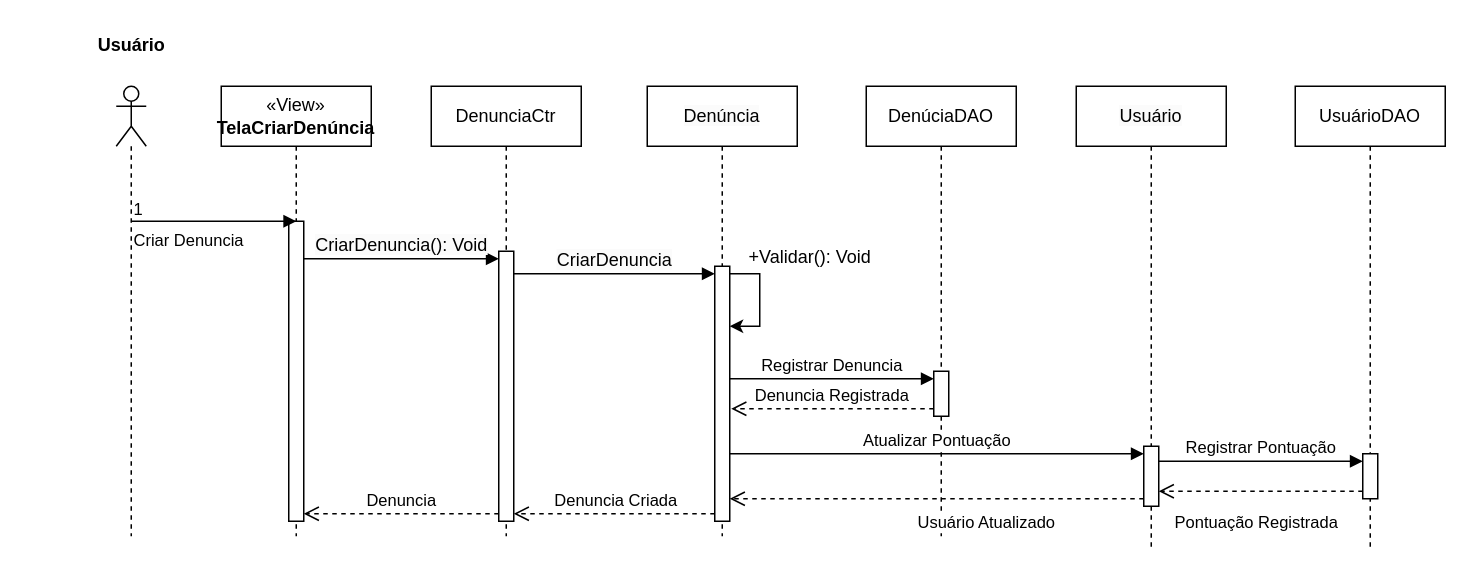
Earlier version of the draw.io diagram Documentação/Diagramas/Diagramas de Sequencia/Diagrama Sequencia Criar Denuncia.drawio (frsouzaa/Documentacao-TCC-NossaVia). Source tidied: cells renumbered, new cells numbered last; positions are measured from the earlier drawing's top-left corner, leaving out a move shared by most shapes. Both pictures are drawn from the tidied source at 150%, with x=0, y=0 at pixel (70, 26).
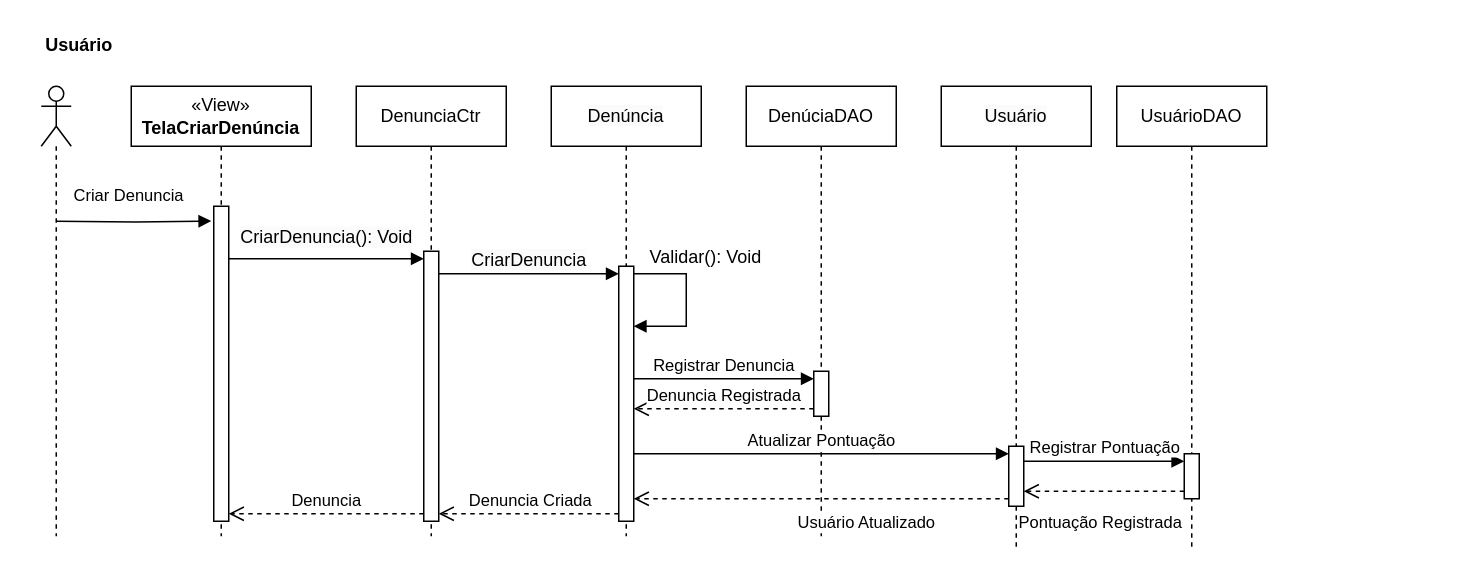
After the change.

Commit message:
Atualização formatação Criar Denuncia.drawio

Unchanged cells that the change refers to:
```xml
<mxCell id="9" style="html=1;points=[[0,0,0,0,5],[0,1,0,0,-5],[1,0,0,0,5],[1,1,0,0,-5]];perimeter=orthogonalPerimeter;outlineConnect=0;targetShapes=umlLifeline;portConstraint=eastwest;newEdgeStyle={&quot;curved&quot;:0,&quot;rounded&quot;:0};" parent="8" vertex="1">
  <mxGeometry x="45" y="190" width="10" height="30" as="geometry" />
</mxCell>
<mxCell id="11" style="html=1;points=[[0,0,0,0,5],[0,1,0,0,-5],[1,0,0,0,5],[1,1,0,0,-5]];perimeter=orthogonalPerimeter;outlineConnect=0;targetShapes=umlLifeline;portConstraint=eastwest;newEdgeStyle={&quot;curved&quot;:0,&quot;rounded&quot;:0};" parent="10" vertex="1">
  <mxGeometry x="45" y="110" width="10" height="180" as="geometry" />
</mxCell>
```

The edit, as a diff of the source:
```diff
@@
     <mxCell id="2" style="shape=umlLifeline;perimeter=lifelinePerimeter;whiteSpace=wrap;html=1;newEdgeStyle={&quot;curved&quot;:0,&quot;rounded&quot;:0};participant=umlActor;" parent="1" vertex="1">
-      <mxGeometry x="30" y="40" width="20" height="300" as="geometry" />
+      <mxGeometry x="-20" y="40" width="20" height="300" as="geometry" />
     </mxCell>
     <mxCell id="3" value="«View»&lt;br&gt;&lt;b&gt;TelaCriarDenúncia&lt;/b&gt;" style="shape=umlLifeline;perimeter=lifelinePerimeter;whiteSpace=wrap;html=1;newEdgeStyle={&quot;curved&quot;:0,&quot;rounded&quot;:0};" parent="1" vertex="1">
-      <mxGeometry x="100" y="40" width="100" height="300" as="geometry" />
+      <mxGeometry x="40" y="40" width="120" height="300" as="geometry" />
     </mxCell>
     <mxCell id="4" style="html=1;points=[[0,0,0,0,5],[0,1,0,0,-5],[1,0,0,0,5],[1,1,0,0,-5]];perimeter=orthogonalPerimeter;outlineConnect=0;targetShapes=umlLifeline;portConstraint=eastwest;newEdgeStyle={&quot;curved&quot;:0,&quot;rounded&quot;:0};" parent="3" vertex="1">
-      <mxGeometry x="45" y="90" width="10" height="200" as="geometry" />
+      <mxGeometry x="55" y="80" width="10" height="210" as="geometry" />
     </mxCell>
     <mxCell id="5" value="&lt;span style=&quot;color: rgb(0, 0, 0); font-family: Helvetica; font-size: 12px; font-style: normal; font-variant-ligatures: normal; font-variant-caps: normal; font-weight: 400; letter-spacing: normal; orphans: 2; text-align: center; text-indent: 0px; text-transform: none; widows: 2; word-spacing: 0px; -webkit-text-stroke-width: 0px; white-space: nowrap; background-color: rgb(251, 251, 251); text-decoration-thickness: initial; text-decoration-style: initial; text-decoration-color: initial; display: inline !important; float: none;&quot;&gt;Denúncia&lt;/span&gt;" style="shape=umlLifeline;perimeter=lifelinePerimeter;whiteSpace=wrap;html=1;newEdgeStyle={&quot;curved&quot;:0,&quot;rounded&quot;:0};" parent="1" vertex="1">
-      <mxGeometry x="384" y="40" width="100" height="300" as="geometry" />
+      <mxGeometry x="320" y="40" width="100" height="300" as="geometry" />
     </mxCell>
+    <mxCell id="7" style="html=1;points=[[0,0,0,0,5],[0,1,0,0,-5],[1,0,0,0,5],[1,1,0,0,-5]];perimeter=orthogonalPerimeter;outlineConnect=0;targetShapes=umlLifeline;portConstraint=eastwest;newEdgeStyle={&quot;curved&quot;:0,&quot;rounded&quot;:0};" parent="5" vertex="1">
+      <mxGeometry x="45" y="120" width="10" height="170" as="geometry" />
+    </mxCell>
-    <mxCell id="6" style="edgeStyle=orthogonalEdgeStyle;rounded=0;orthogonalLoop=1;jettySize=auto;html=1;curved=0;exitX=1;exitY=0;exitDx=0;exitDy=5;exitPerimeter=0;" parent="5" edge="1" source="7" target="7">
+    <mxCell id="6" style="html=1;align=left;spacingLeft=2;endArrow=block;rounded=0;edgeStyle=orthogonalEdgeStyle;curved=0;rounded=0;exitX=1;exitY=0;exitDx=0;exitDy=5;exitPerimeter=0;" parent="5" edge="1" source="7" target="7">
       <mxGeometry relative="1" as="geometry">
         <Array as="points">
-          <mxPoint x="75" y="125" />
-          <mxPoint x="75" y="160" />
+          <mxPoint x="90" y="125" />
+          <mxPoint x="90" y="160" />
         </Array>
       </mxGeometry>
     </mxCell>
-    <mxCell id="7" style="html=1;points=[[0,0,0,0,5],[0,1,0,0,-5],[1,0,0,0,5],[1,1,0,0,-5]];perimeter=orthogonalPerimeter;outlineConnect=0;targetShapes=umlLifeline;portConstraint=eastwest;newEdgeStyle={&quot;curved&quot;:0,&quot;rounded&quot;:0};" parent="5" vertex="1">
-      <mxGeometry x="45" y="120" width="10" height="170" as="geometry" />
-    </mxCell>
     <mxCell id="8" value="DenúciaDAO" style="shape=umlLifeline;perimeter=lifelinePerimeter;whiteSpace=wrap;html=1;newEdgeStyle={&quot;curved&quot;:0,&quot;rounded&quot;:0};" parent="1" vertex="1">
-      <mxGeometry x="530" y="40" width="100" height="300" as="geometry" />
+      <mxGeometry x="450" y="40" width="100" height="300" as="geometry" />
     </mxCell>
@@
     <mxCell id="10" value="&lt;span style=&quot;text-wrap: nowrap;&quot;&gt;DenunciaCtr&lt;/span&gt;" style="shape=umlLifeline;perimeter=lifelinePerimeter;whiteSpace=wrap;html=1;newEdgeStyle={&quot;curved&quot;:0,&quot;rounded&quot;:0};" parent="1" vertex="1">
-      <mxGeometry x="240" y="40" width="100" height="300" as="geometry" />
+      <mxGeometry x="190" y="40" width="100" height="300" as="geometry" />
     </mxCell>
@@
-    <mxCell id="12" value="Criar Denuncia" style="endArrow=block;endFill=1;html=1;edgeStyle=orthogonalEdgeStyle;align=left;verticalAlign=top;rounded=0;" parent="1" edge="1">
-      <mxGeometry x="-1" relative="1" as="geometry">
-        <mxPoint x="40" y="130" as="sourcePoint" />
-        <mxPoint x="150" y="130" as="targetPoint" />
+    <mxCell id="12" value="Criar Denuncia" style="endArrow=block;endFill=1;html=1;edgeStyle=orthogonalEdgeStyle;align=left;verticalAlign=top;rounded=0;entryX=-0.166;entryY=0.047;entryDx=0;entryDy=0;entryPerimeter=0;" parent="1" edge="1" target="4">
+      <mxGeometry x="-0.8" y="30" relative="1" as="geometry">
+        <mxPoint x="-10" y="130" as="sourcePoint" />
       </mxGeometry>
     </mxCell>
-    <mxCell id="13" value="1" style="edgeLabel;html=1;align=left;verticalAlign=bottom;" parent="12" vertex="1">
-      <mxGeometry x="-1" relative="1" as="geometry" />
-    </mxCell>
     <mxCell id="14" value="&lt;span style=&quot;color: rgb(0, 0, 0); font-family: Helvetica; font-size: 12px; font-style: normal; font-variant-ligatures: normal; font-variant-caps: normal; font-weight: 400; letter-spacing: normal; orphans: 2; text-align: center; text-indent: 0px; text-transform: none; widows: 2; word-spacing: 0px; -webkit-text-stroke-width: 0px; white-space: nowrap; background-color: rgb(251, 251, 251); text-decoration-thickness: initial; text-decoration-style: initial; text-decoration-color: initial; display: inline !important; float: none;&quot;&gt;Usuário&lt;/span&gt;" style="shape=umlLifeline;perimeter=lifelinePerimeter;whiteSpace=wrap;html=1;newEdgeStyle={&quot;curved&quot;:0,&quot;rounded&quot;:0};" parent="1" vertex="1">
-      <mxGeometry x="670" y="40" width="100" height="310" as="geometry" />
+      <mxGeometry x="580" y="40" width="100" height="310" as="geometry" />
     </mxCell>
@@
     <mxCell id="16" value="&lt;span style=&quot;text-wrap: nowrap;&quot;&gt;Usuário&lt;/span&gt;DAO" style="shape=umlLifeline;perimeter=lifelinePerimeter;whiteSpace=wrap;html=1;newEdgeStyle={&quot;curved&quot;:0,&quot;rounded&quot;:0};" parent="1" vertex="1">
-      <mxGeometry x="816" y="40" width="100" height="310" as="geometry" />
+      <mxGeometry x="697" y="40" width="100" height="310" as="geometry" />
     </mxCell>
@@
     <mxCell id="18" value="Usuário" style="text;align=center;fontStyle=1;verticalAlign=middle;spacingLeft=3;spacingRight=3;strokeColor=none;html=1;" parent="1" vertex="1">
-      <mxGeometry width="80" height="26" as="geometry" />
+      <mxGeometry x="-30" width="70" height="26" as="geometry" />
     </mxCell>
     <mxCell id="19" value="&lt;span style=&quot;font-size: 12px; text-align: left; background-color: rgb(251, 251, 251);&quot;&gt;CriarDenuncia(): Void&lt;/span&gt;" style="html=1;verticalAlign=bottom;endArrow=block;curved=0;rounded=0;entryX=0;entryY=0;entryDx=0;entryDy=5;" parent="1" edge="1" source="4" target="11">
-      <mxGeometry relative="1" as="geometry" />
+      <mxGeometry y="5" relative="1" as="geometry" />
     </mxCell>
@@
-    <mxCell id="21" value="&lt;span style=&quot;text-wrap: nowrap;&quot;&gt;+Validar(): Void&lt;/span&gt;" style="text;whiteSpace=wrap;html=1;" parent="1" vertex="1">
-      <mxGeometry x="450" y="140" width="110" height="40" as="geometry" />
+    <mxCell id="21" value="&lt;span style=&quot;text-wrap: nowrap;&quot;&gt;Validar(): Void&lt;/span&gt;" style="text;whiteSpace=wrap;html=1;" parent="1" vertex="1">
+      <mxGeometry x="384" y="140" width="96" height="20" as="geometry" />
     </mxCell>
@@
-    <mxCell id="23" value="Denuncia Registrada" style="html=1;verticalAlign=bottom;endArrow=open;dashed=1;endSize=8;curved=0;rounded=0;exitX=0;exitY=1;exitDx=0;exitDy=-5;" parent="1" edge="1" source="9">
-      <mxGeometry relative="1" as="geometry">
-        <mxPoint x="440" y="255" as="targetPoint" />
-      </mxGeometry>
+    <mxCell id="23" value="Denuncia Registrada" style="html=1;verticalAlign=bottom;endArrow=open;dashed=1;endSize=8;curved=0;rounded=0;exitX=0;exitY=1;exitDx=0;exitDy=-5;" parent="1" edge="1" source="9" target="7">
+      <mxGeometry relative="1" as="geometry" />
     </mxCell>
```
